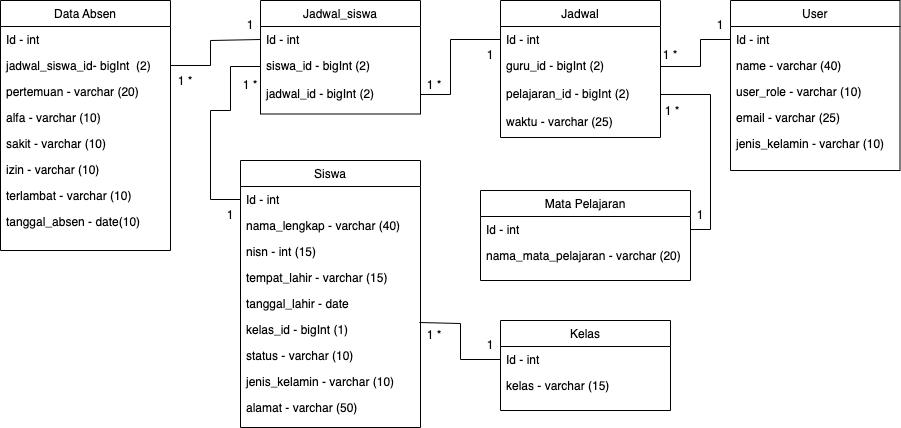
The draw.io diagram Untitled Diagram.drawio.png in danangsptro/SI_ABSEN, before a commit. Source tidied: cells renumbered, new cells last; positions are measured from the earlier drawing's top-left corner, leaving out a move shared by most shapes.
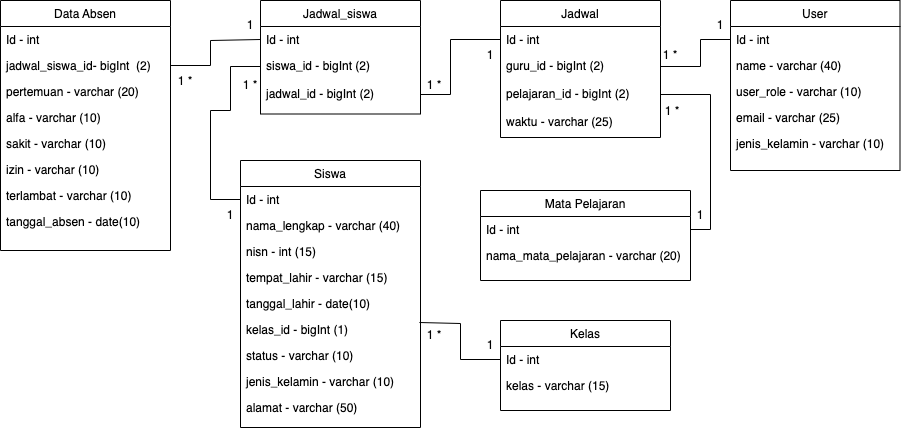
The same diagram one commit later.

Change to the diagram source:
```diff
@@ -44,7 +44,7 @@
     <mxCell id="15" value="tempat_lahir - varchar (15)" style="text;align=left;verticalAlign=top;spacingLeft=4;spacingRight=4;overflow=hidden;rounded=0;shadow=0;html=0;" parent="11" vertex="1">
       <mxGeometry y="104" width="180" height="26" as="geometry" />
     </mxCell>
-    <mxCell id="16" value="tanggal_lahir - date" style="text;align=left;verticalAlign=top;spacingLeft=4;spacingRight=4;overflow=hidden;rounded=0;shadow=0;html=0;" parent="11" vertex="1">
+    <mxCell id="16" value="tanggal_lahir - date(10)" style="text;align=left;verticalAlign=top;spacingLeft=4;spacingRight=4;overflow=hidden;rounded=0;shadow=0;html=0;" parent="11" vertex="1">
       <mxGeometry y="130" width="180" height="26" as="geometry" />
     </mxCell>
     <mxCell id="17" value="kelas_id - bigInt (1)" style="text;align=left;verticalAlign=top;spacingLeft=4;spacingRight=4;overflow=hidden;points=[[0,0.5],[1,0.5]];portConstraint=eastwest;rounded=0;shadow=0;html=0;" parent="11" vertex="1">
```
